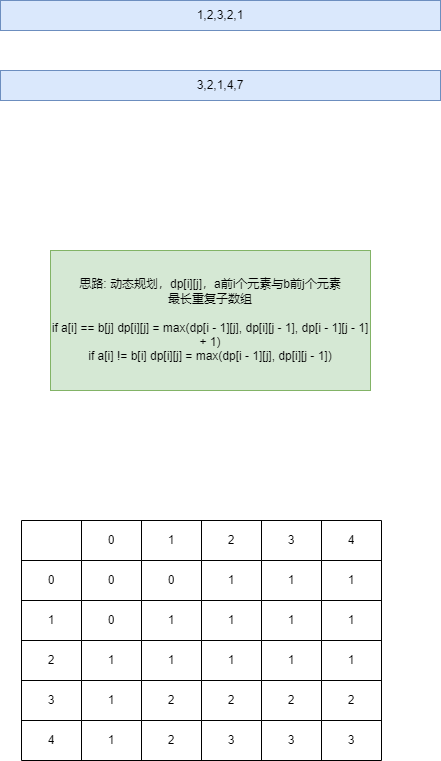
This is UML/最长重复子数组.drawio.png from Luozujian/draw, a draw.io export, as it was before one commit. Source tidied: cells renumbered, new cells last; positions are measured from the earlier drawing's top-left corner, leaving out a move shared by most shapes.
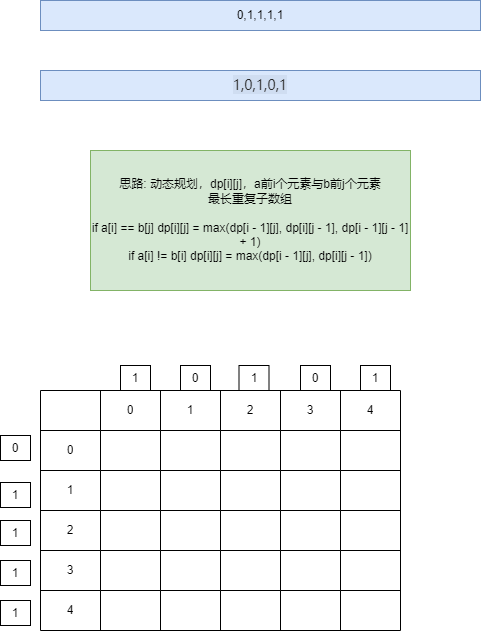
Later version of the same file.

Commit message:
更新最长重复子数组.drawio.png

The edit, as a diff of the source:
```diff
@@ -2,143 +2,173 @@
   <root>
     <mxCell id="0" />
     <mxCell id="1" parent="0" />
-    <mxCell id="2" value="1,2,3,2,1" style="text;html=1;align=center;verticalAlign=middle;whiteSpace=wrap;rounded=0;fillColor=#dae8fc;strokeColor=#6c8ebf;" parent="1" vertex="1">
+    <mxCell id="2" value="0,1,1,1,1" style="text;html=1;align=center;verticalAlign=middle;whiteSpace=wrap;rounded=0;fillColor=#dae8fc;strokeColor=#6c8ebf;" parent="1" vertex="1">
       <mxGeometry width="440" height="30" as="geometry" />
     </mxCell>
-    <mxCell id="3" value="3,2,1,4,7" style="text;html=1;align=center;verticalAlign=middle;whiteSpace=wrap;rounded=0;fillColor=#dae8fc;strokeColor=#6c8ebf;" parent="1" vertex="1">
+    <mxCell id="3" value="&lt;span style=&quot;color: rgb(38, 38, 38); font-family: Menlo, sans-serif; font-size: 14px; text-align: start; white-space-collapse: preserve; background-color: rgba(0, 10, 32, 0.05);&quot;&gt;1,0,1,0,1&lt;/span&gt;" style="text;html=1;align=center;verticalAlign=middle;whiteSpace=wrap;rounded=0;fillColor=#dae8fc;strokeColor=#6c8ebf;" parent="1" vertex="1">
       <mxGeometry y="70" width="440" height="30" as="geometry" />
     </mxCell>
     <mxCell id="4" value="思路: 动态规划，dp[i][j]，a前i个元素与b前j个元素&lt;div&gt;最长重复子数组&lt;/div&gt;&lt;div&gt;&lt;br&gt;&lt;/div&gt;&lt;div&gt;if a[i] == b[j] dp[i][j] = max(dp[i - 1][j], dp[i][j - 1], dp[i - 1][j - 1] + 1)&lt;/div&gt;&lt;div&gt;if a[i] != b[i] dp[i][j] = max(dp[i - 1][j], dp[i][j - 1])&lt;/div&gt;" style="text;html=1;align=center;verticalAlign=middle;whiteSpace=wrap;rounded=0;fillColor=#d5e8d4;strokeColor=#82b366;" parent="1" vertex="1">
-      <mxGeometry x="50" y="250" width="320" height="140" as="geometry" />
+      <mxGeometry x="50" y="150" width="320" height="140" as="geometry" />
     </mxCell>
-    <mxCell id="5" style="shape=table;startSize=0;" parent="1" vertex="1">
-      <mxGeometry x="21" y="520" width="360" height="240" as="geometry" />
-    </mxCell>
+    <mxCell id="48" style="shape=table;startSize=0;" parent="1" vertex="1">
+      <mxGeometry y="390" width="360" height="240" as="geometry" />
+    </mxCell>
-    <mxCell id="6" style="shape=tableRow;horizontal=0;startSize=0;swimlaneHead=0;swimlaneBody=0;strokeColor=inherit;top=0;left=0;bottom=0;right=0;fillColor=none;" parent="5" vertex="1">
+    <mxCell id="6" style="shape=tableRow;horizontal=0;startSize=0;swimlaneHead=0;swimlaneBody=0;strokeColor=inherit;top=0;left=0;bottom=0;right=0;fillColor=none;" parent="48" vertex="1">
       <mxGeometry width="360" height="40" as="geometry" />
     </mxCell>
     <mxCell id="7" style="shape=partialRectangle;html=1;whiteSpace=wrap;strokeColor=inherit;overflow=hidden;fillColor=none;top=0;left=0;bottom=0;right=0;" parent="6" vertex="1">
       <mxGeometry width="60" height="40" as="geometry" />
     </mxCell>
-    <mxCell id="8" value="0" style="shape=partialRectangle;html=1;whiteSpace=wrap;strokeColor=inherit;overflow=hidden;fillColor=none;top=0;left=0;bottom=0;right=0;" parent="6" vertex="1">
-      <mxGeometry x="60" width="60" height="40" as="geometry" />
-    </mxCell>
-    <mxCell id="9" value="1" style="shape=partialRectangle;html=1;whiteSpace=wrap;strokeColor=inherit;overflow=hidden;fillColor=none;top=0;left=0;bottom=0;right=0;" parent="6" vertex="1">
-      <mxGeometry x="120" width="60" height="40" as="geometry" />
-    </mxCell>
-    <mxCell id="10" value="2" style="shape=partialRectangle;html=1;whiteSpace=wrap;strokeColor=inherit;overflow=hidden;fillColor=none;top=0;left=0;bottom=0;right=0;" parent="6" vertex="1">
-      <mxGeometry x="180" width="60" height="40" as="geometry" />
-    </mxCell>
-    <mxCell id="11" value="3" style="shape=partialRectangle;html=1;whiteSpace=wrap;strokeColor=inherit;overflow=hidden;fillColor=none;top=0;left=0;bottom=0;right=0;" parent="6" vertex="1">
-      <mxGeometry x="240" width="60" height="40" as="geometry" />
-    </mxCell>
+    <mxCell id="49" value="0" style="shape=partialRectangle;html=1;whiteSpace=wrap;strokeColor=inherit;overflow=hidden;fillColor=none;top=0;left=0;bottom=0;right=0;" parent="6" vertex="1">
+      <mxGeometry x="60" width="60" height="40" as="geometry" />
+    </mxCell>
+    <mxCell id="50" value="1" style="shape=partialRectangle;html=1;whiteSpace=wrap;strokeColor=inherit;overflow=hidden;fillColor=none;top=0;left=0;bottom=0;right=0;" parent="6" vertex="1">
+      <mxGeometry x="120" width="60" height="40" as="geometry" />
+    </mxCell>
+    <mxCell id="51" value="2" style="shape=partialRectangle;html=1;whiteSpace=wrap;strokeColor=inherit;overflow=hidden;fillColor=none;top=0;left=0;bottom=0;right=0;" parent="6" vertex="1">
+      <mxGeometry x="180" width="60" height="40" as="geometry" />
+    </mxCell>
+    <mxCell id="52" value="3" style="shape=partialRectangle;html=1;whiteSpace=wrap;strokeColor=inherit;overflow=hidden;fillColor=none;top=0;left=0;bottom=0;right=0;" parent="6" vertex="1">
+      <mxGeometry x="240" width="60" height="40" as="geometry" />
+    </mxCell>
     <mxCell id="12" value="4" style="shape=partialRectangle;html=1;whiteSpace=wrap;strokeColor=inherit;overflow=hidden;fillColor=none;top=0;left=0;bottom=0;right=0;" parent="6" vertex="1">
       <mxGeometry x="300" width="60" height="40" as="geometry" />
     </mxCell>
-    <mxCell id="13" style="shape=tableRow;horizontal=0;startSize=0;swimlaneHead=0;swimlaneBody=0;strokeColor=inherit;top=0;left=0;bottom=0;right=0;fillColor=none;" parent="5" vertex="1">
+    <mxCell id="13" style="shape=tableRow;horizontal=0;startSize=0;swimlaneHead=0;swimlaneBody=0;strokeColor=inherit;top=0;left=0;bottom=0;right=0;fillColor=none;" parent="48" vertex="1">
       <mxGeometry y="40" width="360" height="40" as="geometry" />
     </mxCell>
     <mxCell id="14" value="0" style="shape=partialRectangle;html=1;whiteSpace=wrap;strokeColor=inherit;overflow=hidden;fillColor=none;top=0;left=0;bottom=0;right=0;" parent="13" vertex="1">
       <mxGeometry width="60" height="40" as="geometry" />
     </mxCell>
-    <mxCell id="15" value="0" style="shape=partialRectangle;html=1;whiteSpace=wrap;strokeColor=inherit;overflow=hidden;fillColor=none;top=0;left=0;bottom=0;right=0;" parent="13" vertex="1">
-      <mxGeometry x="60" width="60" height="40" as="geometry" />
-    </mxCell>
-    <mxCell id="16" value="0" style="shape=partialRectangle;html=1;whiteSpace=wrap;strokeColor=inherit;overflow=hidden;fillColor=none;top=0;left=0;bottom=0;right=0;" parent="13" vertex="1">
-      <mxGeometry x="120" width="60" height="40" as="geometry" />
-    </mxCell>
-    <mxCell id="17" value="1" style="shape=partialRectangle;html=1;whiteSpace=wrap;strokeColor=inherit;overflow=hidden;fillColor=none;top=0;left=0;bottom=0;right=0;" parent="13" vertex="1">
-      <mxGeometry x="180" width="60" height="40" as="geometry" />
-    </mxCell>
-    <mxCell id="18" value="1" style="shape=partialRectangle;html=1;whiteSpace=wrap;strokeColor=inherit;overflow=hidden;fillColor=none;top=0;left=0;bottom=0;right=0;" parent="13" vertex="1">
-      <mxGeometry x="240" width="60" height="40" as="geometry" />
-    </mxCell>
-    <mxCell id="19" value="1" style="shape=partialRectangle;html=1;whiteSpace=wrap;strokeColor=inherit;overflow=hidden;fillColor=none;top=0;left=0;bottom=0;right=0;" parent="13" vertex="1">
-      <mxGeometry x="300" width="60" height="40" as="geometry" />
-    </mxCell>
+    <mxCell id="53" style="shape=partialRectangle;html=1;whiteSpace=wrap;strokeColor=inherit;overflow=hidden;fillColor=none;top=0;left=0;bottom=0;right=0;" parent="13" vertex="1">
+      <mxGeometry x="60" width="60" height="40" as="geometry" />
+    </mxCell>
+    <mxCell id="54" style="shape=partialRectangle;html=1;whiteSpace=wrap;strokeColor=inherit;overflow=hidden;fillColor=none;top=0;left=0;bottom=0;right=0;" parent="13" vertex="1">
+      <mxGeometry x="120" width="60" height="40" as="geometry" />
+    </mxCell>
+    <mxCell id="55" style="shape=partialRectangle;html=1;whiteSpace=wrap;strokeColor=inherit;overflow=hidden;fillColor=none;top=0;left=0;bottom=0;right=0;" parent="13" vertex="1">
+      <mxGeometry x="180" width="60" height="40" as="geometry" />
+    </mxCell>
+    <mxCell id="56" style="shape=partialRectangle;html=1;whiteSpace=wrap;strokeColor=inherit;overflow=hidden;fillColor=none;top=0;left=0;bottom=0;right=0;" parent="13" vertex="1">
+      <mxGeometry x="240" width="60" height="40" as="geometry" />
+    </mxCell>
+    <mxCell id="57" style="shape=partialRectangle;html=1;whiteSpace=wrap;strokeColor=inherit;overflow=hidden;fillColor=none;top=0;left=0;bottom=0;right=0;" parent="13" vertex="1">
+      <mxGeometry x="300" width="60" height="40" as="geometry" />
+    </mxCell>
-    <mxCell id="20" style="shape=tableRow;horizontal=0;startSize=0;swimlaneHead=0;swimlaneBody=0;strokeColor=inherit;top=0;left=0;bottom=0;right=0;fillColor=none;" parent="5" vertex="1">
+    <mxCell id="20" style="shape=tableRow;horizontal=0;startSize=0;swimlaneHead=0;swimlaneBody=0;strokeColor=inherit;top=0;left=0;bottom=0;right=0;fillColor=none;" parent="48" vertex="1">
       <mxGeometry y="80" width="360" height="40" as="geometry" />
     </mxCell>
     <mxCell id="21" value="1" style="shape=partialRectangle;html=1;whiteSpace=wrap;strokeColor=inherit;overflow=hidden;fillColor=none;top=0;left=0;bottom=0;right=0;" parent="20" vertex="1">
       <mxGeometry width="60" height="40" as="geometry" />
     </mxCell>
-    <mxCell id="22" value="0" style="shape=partialRectangle;html=1;whiteSpace=wrap;strokeColor=inherit;overflow=hidden;fillColor=none;top=0;left=0;bottom=0;right=0;" parent="20" vertex="1">
-      <mxGeometry x="60" width="60" height="40" as="geometry" />
-    </mxCell>
-    <mxCell id="23" value="1" style="shape=partialRectangle;html=1;whiteSpace=wrap;strokeColor=inherit;overflow=hidden;fillColor=none;top=0;left=0;bottom=0;right=0;" parent="20" vertex="1">
-      <mxGeometry x="120" width="60" height="40" as="geometry" />
-    </mxCell>
-    <mxCell id="24" value="1" style="shape=partialRectangle;html=1;whiteSpace=wrap;strokeColor=inherit;overflow=hidden;fillColor=none;top=0;left=0;bottom=0;right=0;" parent="20" vertex="1">
-      <mxGeometry x="180" width="60" height="40" as="geometry" />
-    </mxCell>
-    <mxCell id="25" value="1" style="shape=partialRectangle;html=1;whiteSpace=wrap;strokeColor=inherit;overflow=hidden;fillColor=none;top=0;left=0;bottom=0;right=0;" parent="20" vertex="1">
-      <mxGeometry x="240" width="60" height="40" as="geometry" />
-    </mxCell>
-    <mxCell id="26" value="1" style="shape=partialRectangle;html=1;whiteSpace=wrap;strokeColor=inherit;overflow=hidden;fillColor=none;top=0;left=0;bottom=0;right=0;" parent="20" vertex="1">
-      <mxGeometry x="300" width="60" height="40" as="geometry" />
-    </mxCell>
+    <mxCell id="58" style="shape=partialRectangle;html=1;whiteSpace=wrap;strokeColor=inherit;overflow=hidden;fillColor=none;top=0;left=0;bottom=0;right=0;" parent="20" vertex="1">
+      <mxGeometry x="60" width="60" height="40" as="geometry" />
+    </mxCell>
+    <mxCell id="59" style="shape=partialRectangle;html=1;whiteSpace=wrap;strokeColor=inherit;overflow=hidden;fillColor=none;top=0;left=0;bottom=0;right=0;" parent="20" vertex="1">
+      <mxGeometry x="120" width="60" height="40" as="geometry" />
+    </mxCell>
+    <mxCell id="60" style="shape=partialRectangle;html=1;whiteSpace=wrap;strokeColor=inherit;overflow=hidden;fillColor=none;top=0;left=0;bottom=0;right=0;" parent="20" vertex="1">
+      <mxGeometry x="180" width="60" height="40" as="geometry" />
+    </mxCell>
+    <mxCell id="61" style="shape=partialRectangle;html=1;whiteSpace=wrap;strokeColor=inherit;overflow=hidden;fillColor=none;top=0;left=0;bottom=0;right=0;" parent="20" vertex="1">
+      <mxGeometry x="240" width="60" height="40" as="geometry" />
+    </mxCell>
+    <mxCell id="62" style="shape=partialRectangle;html=1;whiteSpace=wrap;strokeColor=inherit;overflow=hidden;fillColor=none;top=0;left=0;bottom=0;right=0;" parent="20" vertex="1">
+      <mxGeometry x="300" width="60" height="40" as="geometry" />
+    </mxCell>
-    <mxCell id="27" style="shape=tableRow;horizontal=0;startSize=0;swimlaneHead=0;swimlaneBody=0;strokeColor=inherit;top=0;left=0;bottom=0;right=0;fillColor=none;" parent="5" vertex="1">
+    <mxCell id="27" style="shape=tableRow;horizontal=0;startSize=0;swimlaneHead=0;swimlaneBody=0;strokeColor=inherit;top=0;left=0;bottom=0;right=0;fillColor=none;" parent="48" vertex="1">
       <mxGeometry y="120" width="360" height="40" as="geometry" />
     </mxCell>
     <mxCell id="28" value="2" style="shape=partialRectangle;html=1;whiteSpace=wrap;strokeColor=inherit;overflow=hidden;fillColor=none;top=0;left=0;bottom=0;right=0;" parent="27" vertex="1">
       <mxGeometry width="60" height="40" as="geometry" />
     </mxCell>
-    <mxCell id="29" value="1" style="shape=partialRectangle;html=1;whiteSpace=wrap;strokeColor=inherit;overflow=hidden;fillColor=none;top=0;left=0;bottom=0;right=0;" parent="27" vertex="1">
-      <mxGeometry x="60" width="60" height="40" as="geometry" />
-    </mxCell>
-    <mxCell id="30" value="1" style="shape=partialRectangle;html=1;whiteSpace=wrap;strokeColor=inherit;overflow=hidden;fillColor=none;top=0;left=0;bottom=0;right=0;" parent="27" vertex="1">
-      <mxGeometry x="120" width="60" height="40" as="geometry" />
-    </mxCell>
-    <mxCell id="31" value="1" style="shape=partialRectangle;html=1;whiteSpace=wrap;strokeColor=inherit;overflow=hidden;fillColor=none;top=0;left=0;bottom=0;right=0;" parent="27" vertex="1">
-      <mxGeometry x="180" width="60" height="40" as="geometry" />
-    </mxCell>
-    <mxCell id="32" value="1" style="shape=partialRectangle;html=1;whiteSpace=wrap;strokeColor=inherit;overflow=hidden;fillColor=none;top=0;left=0;bottom=0;right=0;" parent="27" vertex="1">
-      <mxGeometry x="240" width="60" height="40" as="geometry" />
-    </mxCell>
-    <mxCell id="33" value="1" style="shape=partialRectangle;html=1;whiteSpace=wrap;strokeColor=inherit;overflow=hidden;fillColor=none;top=0;left=0;bottom=0;right=0;" parent="27" vertex="1">
-      <mxGeometry x="300" width="60" height="40" as="geometry" />
-    </mxCell>
+    <mxCell id="63" style="shape=partialRectangle;html=1;whiteSpace=wrap;strokeColor=inherit;overflow=hidden;fillColor=none;top=0;left=0;bottom=0;right=0;" parent="27" vertex="1">
+      <mxGeometry x="60" width="60" height="40" as="geometry" />
+    </mxCell>
+    <mxCell id="64" style="shape=partialRectangle;html=1;whiteSpace=wrap;strokeColor=inherit;overflow=hidden;fillColor=none;top=0;left=0;bottom=0;right=0;" parent="27" vertex="1">
+      <mxGeometry x="120" width="60" height="40" as="geometry" />
+    </mxCell>
+    <mxCell id="65" style="shape=partialRectangle;html=1;whiteSpace=wrap;strokeColor=inherit;overflow=hidden;fillColor=none;top=0;left=0;bottom=0;right=0;" parent="27" vertex="1">
+      <mxGeometry x="180" width="60" height="40" as="geometry" />
+    </mxCell>
+    <mxCell id="66" style="shape=partialRectangle;html=1;whiteSpace=wrap;strokeColor=inherit;overflow=hidden;fillColor=none;top=0;left=0;bottom=0;right=0;" parent="27" vertex="1">
+      <mxGeometry x="240" width="60" height="40" as="geometry" />
+    </mxCell>
+    <mxCell id="67" style="shape=partialRectangle;html=1;whiteSpace=wrap;strokeColor=inherit;overflow=hidden;fillColor=none;top=0;left=0;bottom=0;right=0;" parent="27" vertex="1">
+      <mxGeometry x="300" width="60" height="40" as="geometry" />
+    </mxCell>
-    <mxCell id="34" style="shape=tableRow;horizontal=0;startSize=0;swimlaneHead=0;swimlaneBody=0;strokeColor=inherit;top=0;left=0;bottom=0;right=0;fillColor=none;" parent="5" vertex="1">
+    <mxCell id="34" style="shape=tableRow;horizontal=0;startSize=0;swimlaneHead=0;swimlaneBody=0;strokeColor=inherit;top=0;left=0;bottom=0;right=0;fillColor=none;" parent="48" vertex="1">
       <mxGeometry y="160" width="360" height="40" as="geometry" />
     </mxCell>
     <mxCell id="35" value="3" style="shape=partialRectangle;html=1;whiteSpace=wrap;strokeColor=inherit;overflow=hidden;fillColor=none;top=0;left=0;bottom=0;right=0;" parent="34" vertex="1">
       <mxGeometry width="60" height="40" as="geometry" />
     </mxCell>
-    <mxCell id="36" value="1" style="shape=partialRectangle;html=1;whiteSpace=wrap;strokeColor=inherit;overflow=hidden;fillColor=none;top=0;left=0;bottom=0;right=0;" parent="34" vertex="1">
-      <mxGeometry x="60" width="60" height="40" as="geometry" />
-    </mxCell>
-    <mxCell id="37" value="2" style="shape=partialRectangle;html=1;whiteSpace=wrap;strokeColor=inherit;overflow=hidden;fillColor=none;top=0;left=0;bottom=0;right=0;" parent="34" vertex="1">
-      <mxGeometry x="120" width="60" height="40" as="geometry" />
-    </mxCell>
-    <mxCell id="38" value="2" style="shape=partialRectangle;html=1;whiteSpace=wrap;strokeColor=inherit;overflow=hidden;fillColor=none;top=0;left=0;bottom=0;right=0;" parent="34" vertex="1">
-      <mxGeometry x="180" width="60" height="40" as="geometry" />
-    </mxCell>
-    <mxCell id="39" value="2" style="shape=partialRectangle;html=1;whiteSpace=wrap;strokeColor=inherit;overflow=hidden;fillColor=none;top=0;left=0;bottom=0;right=0;" parent="34" vertex="1">
-      <mxGeometry x="240" width="60" height="40" as="geometry" />
-    </mxCell>
-    <mxCell id="40" value="2" style="shape=partialRectangle;html=1;whiteSpace=wrap;strokeColor=inherit;overflow=hidden;fillColor=none;top=0;left=0;bottom=0;right=0;" parent="34" vertex="1">
-      <mxGeometry x="300" width="60" height="40" as="geometry" />
-    </mxCell>
+    <mxCell id="68" style="shape=partialRectangle;html=1;whiteSpace=wrap;strokeColor=inherit;overflow=hidden;fillColor=none;top=0;left=0;bottom=0;right=0;" parent="34" vertex="1">
+      <mxGeometry x="60" width="60" height="40" as="geometry" />
+    </mxCell>
+    <mxCell id="69" style="shape=partialRectangle;html=1;whiteSpace=wrap;strokeColor=inherit;overflow=hidden;fillColor=none;top=0;left=0;bottom=0;right=0;" parent="34" vertex="1">
+      <mxGeometry x="120" width="60" height="40" as="geometry" />
+    </mxCell>
+    <mxCell id="70" style="shape=partialRectangle;html=1;whiteSpace=wrap;strokeColor=inherit;overflow=hidden;fillColor=none;top=0;left=0;bottom=0;right=0;" parent="34" vertex="1">
+      <mxGeometry x="180" width="60" height="40" as="geometry" />
+    </mxCell>
+    <mxCell id="71" style="shape=partialRectangle;html=1;whiteSpace=wrap;strokeColor=inherit;overflow=hidden;fillColor=none;top=0;left=0;bottom=0;right=0;" parent="34" vertex="1">
+      <mxGeometry x="240" width="60" height="40" as="geometry" />
+    </mxCell>
+    <mxCell id="72" style="shape=partialRectangle;html=1;whiteSpace=wrap;strokeColor=inherit;overflow=hidden;fillColor=none;top=0;left=0;bottom=0;right=0;" parent="34" vertex="1">
+      <mxGeometry x="300" width="60" height="40" as="geometry" />
+    </mxCell>
-    <mxCell id="41" style="shape=tableRow;horizontal=0;startSize=0;swimlaneHead=0;swimlaneBody=0;strokeColor=inherit;top=0;left=0;bottom=0;right=0;fillColor=none;" parent="5" vertex="1">
+    <mxCell id="41" style="shape=tableRow;horizontal=0;startSize=0;swimlaneHead=0;swimlaneBody=0;strokeColor=inherit;top=0;left=0;bottom=0;right=0;fillColor=none;" parent="48" vertex="1">
       <mxGeometry y="200" width="360" height="40" as="geometry" />
     </mxCell>
     <mxCell id="42" value="4" style="shape=partialRectangle;html=1;whiteSpace=wrap;strokeColor=inherit;overflow=hidden;fillColor=none;top=0;left=0;bottom=0;right=0;" parent="41" vertex="1">
       <mxGeometry width="60" height="40" as="geometry" />
     </mxCell>
-    <mxCell id="43" value="1" style="shape=partialRectangle;html=1;whiteSpace=wrap;strokeColor=inherit;overflow=hidden;fillColor=none;top=0;left=0;bottom=0;right=0;" parent="41" vertex="1">
-      <mxGeometry x="60" width="60" height="40" as="geometry" />
-    </mxCell>
-    <mxCell id="44" value="2" style="shape=partialRectangle;html=1;whiteSpace=wrap;strokeColor=inherit;overflow=hidden;fillColor=none;top=0;left=0;bottom=0;right=0;" parent="41" vertex="1">
-      <mxGeometry x="120" width="60" height="40" as="geometry" />
-    </mxCell>
-    <mxCell id="45" value="3" style="shape=partialRectangle;html=1;whiteSpace=wrap;strokeColor=inherit;overflow=hidden;fillColor=none;top=0;left=0;bottom=0;right=0;" parent="41" vertex="1">
-      <mxGeometry x="180" width="60" height="40" as="geometry" />
-    </mxCell>
-    <mxCell id="46" value="3" style="shape=partialRectangle;html=1;whiteSpace=wrap;strokeColor=inherit;overflow=hidden;fillColor=none;top=0;left=0;bottom=0;right=0;" parent="41" vertex="1">
-      <mxGeometry x="240" width="60" height="40" as="geometry" />
-    </mxCell>
-    <mxCell id="47" value="3" style="shape=partialRectangle;html=1;whiteSpace=wrap;strokeColor=inherit;overflow=hidden;fillColor=none;top=0;left=0;bottom=0;right=0;" parent="41" vertex="1">
-      <mxGeometry x="300" width="60" height="40" as="geometry" />
-    </mxCell>
+    <mxCell id="73" style="shape=partialRectangle;html=1;whiteSpace=wrap;strokeColor=inherit;overflow=hidden;fillColor=none;top=0;left=0;bottom=0;right=0;" parent="41" vertex="1">
+      <mxGeometry x="60" width="60" height="40" as="geometry" />
+    </mxCell>
+    <mxCell id="74" style="shape=partialRectangle;html=1;whiteSpace=wrap;strokeColor=inherit;overflow=hidden;fillColor=none;top=0;left=0;bottom=0;right=0;" parent="41" vertex="1">
+      <mxGeometry x="120" width="60" height="40" as="geometry" />
+    </mxCell>
+    <mxCell id="75" style="shape=partialRectangle;html=1;whiteSpace=wrap;strokeColor=inherit;overflow=hidden;fillColor=none;top=0;left=0;bottom=0;right=0;" parent="41" vertex="1">
+      <mxGeometry x="180" width="60" height="40" as="geometry" />
+    </mxCell>
+    <mxCell id="76" style="shape=partialRectangle;html=1;whiteSpace=wrap;strokeColor=inherit;overflow=hidden;fillColor=none;top=0;left=0;bottom=0;right=0;" parent="41" vertex="1">
+      <mxGeometry x="240" width="60" height="40" as="geometry" />
+    </mxCell>
+    <mxCell id="77" style="shape=partialRectangle;html=1;whiteSpace=wrap;strokeColor=inherit;overflow=hidden;fillColor=none;top=0;left=0;bottom=0;right=0;" parent="41" vertex="1">
+      <mxGeometry x="300" width="60" height="40" as="geometry" />
+    </mxCell>
+    <mxCell id="78" value="0" style="rounded=0;whiteSpace=wrap;html=1;" parent="1" vertex="1">
+      <mxGeometry x="-40" y="435" width="30" height="25" as="geometry" />
+    </mxCell>
+    <mxCell id="79" value="1" style="rounded=0;whiteSpace=wrap;html=1;" parent="1" vertex="1">
+      <mxGeometry x="-40" y="482" width="30" height="25" as="geometry" />
+    </mxCell>
+    <mxCell id="80" value="1" style="rounded=0;whiteSpace=wrap;html=1;" parent="1" vertex="1">
+      <mxGeometry x="-40" y="520" width="30" height="25" as="geometry" />
+    </mxCell>
+    <mxCell id="81" value="1" style="rounded=0;whiteSpace=wrap;html=1;" parent="1" vertex="1">
+      <mxGeometry x="-40" y="560" width="30" height="25" as="geometry" />
+    </mxCell>
+    <mxCell id="82" value="1" style="rounded=0;whiteSpace=wrap;html=1;" parent="1" vertex="1">
+      <mxGeometry x="-40" y="600" width="30" height="25" as="geometry" />
+    </mxCell>
+    <mxCell id="83" value="1" style="rounded=0;whiteSpace=wrap;html=1;" parent="1" vertex="1">
+      <mxGeometry x="80" y="365" width="30" height="25" as="geometry" />
+    </mxCell>
+    <mxCell id="84" value="0" style="rounded=0;whiteSpace=wrap;html=1;" parent="1" vertex="1">
+      <mxGeometry x="140" y="365" width="30" height="25" as="geometry" />
+    </mxCell>
+    <mxCell id="85" value="1" style="rounded=0;whiteSpace=wrap;html=1;" parent="1" vertex="1">
+      <mxGeometry x="198.5" y="365" width="30" height="25" as="geometry" />
+    </mxCell>
+    <mxCell id="86" value="0" style="rounded=0;whiteSpace=wrap;html=1;" parent="1" vertex="1">
+      <mxGeometry x="260" y="365" width="30" height="25" as="geometry" />
+    </mxCell>
+    <mxCell id="87" value="1" style="rounded=0;whiteSpace=wrap;html=1;" parent="1" vertex="1">
+      <mxGeometry x="320" y="365" width="30" height="25" as="geometry" />
+    </mxCell>
   </root>
 </mxGraphModel>
```
